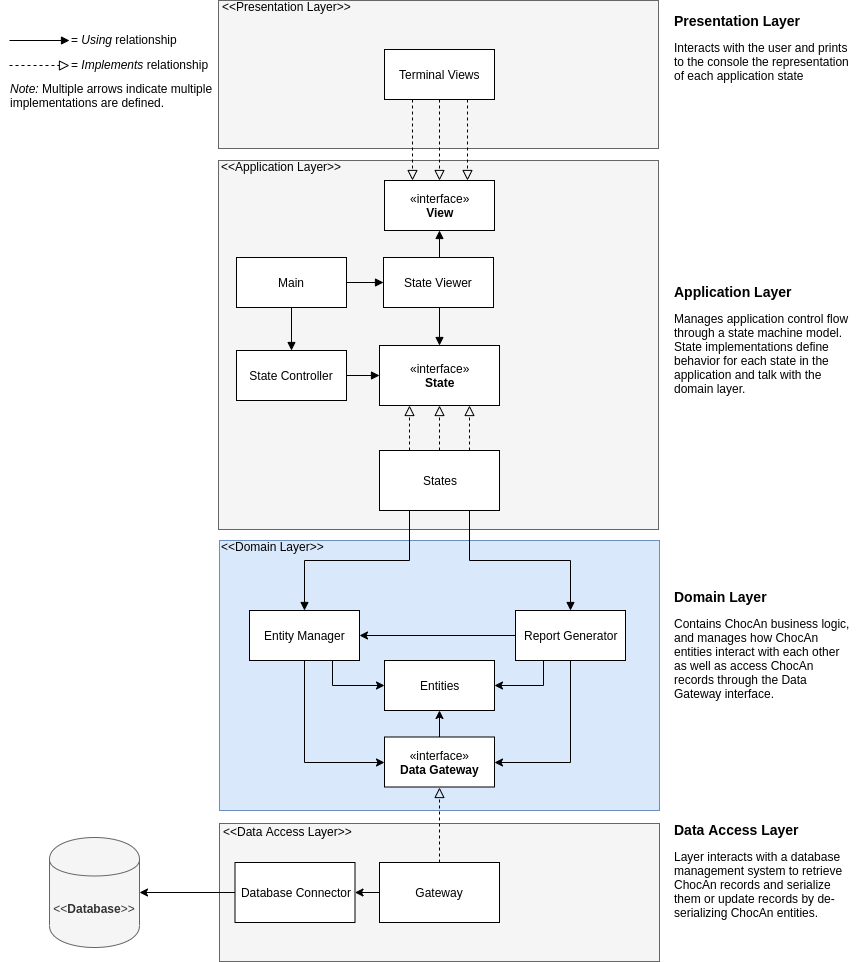
This is docs/structural_model.png from AlexanderJDupree/ChocAn, a draw.io export, as it was before one commit. Source tidied: cells renumbered, new cells last; positions are measured from the earlier drawing's top-left corner, leaving out a move shared by most shapes.
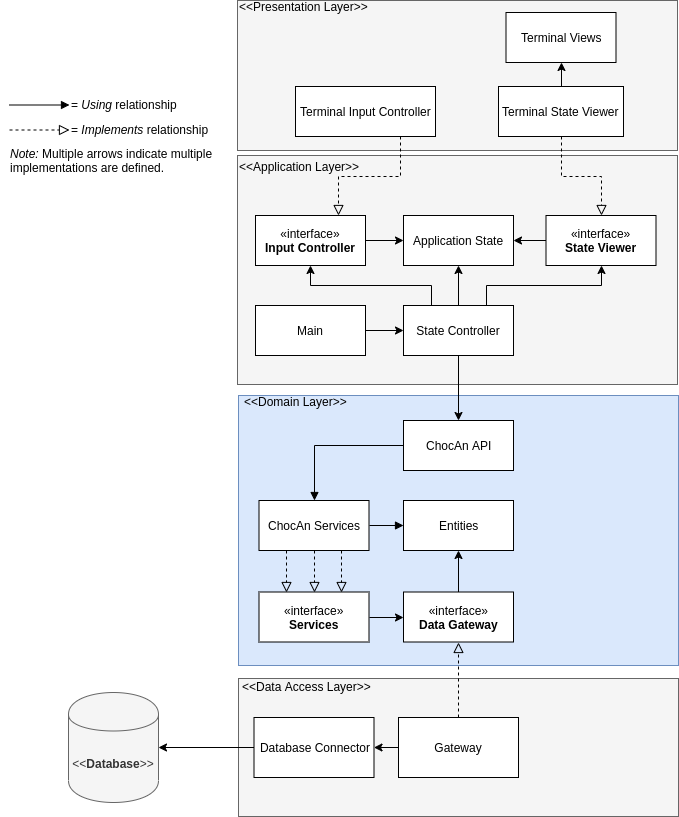
Above is the later version.

The edit, as a diff of the source:
```diff
@@ -15,7 +15,7 @@
       <mxGeometry x="211" y="540" width="440" height="270" as="geometry" />
     </mxCell>
     <mxCell id="6" value="&amp;lt;&amp;lt;Domain Layer&amp;gt;&amp;gt;" style="text;html=1;strokeColor=none;fillColor=none;align=left;verticalAlign=middle;whiteSpace=wrap;rounded=0;" parent="1" vertex="1">
-      <mxGeometry x="211" y="540" width="120" height="12" as="geometry" />
+      <mxGeometry x="214.5" y="540" width="120" height="12" as="geometry" />
     </mxCell>
     <mxCell id="7" style="edgeStyle=orthogonalEdgeStyle;rounded=0;jettySize=auto;html=1;exitX=0;exitY=0.5;exitDx=0;exitDy=0;entryX=1;entryY=0.5;entryDx=0;entryDy=0;" parent="1" edge="1" source="8" target="2">
       <mxGeometry relative="1" as="geometry" />
@@ -23,7 +23,7 @@
     <mxCell id="8" value="Database Connector" style="rounded=0;whiteSpace=wrap;html=1;" parent="1" vertex="1">
       <mxGeometry x="226.5" y="862" width="120" height="60" as="geometry" />
     </mxCell>
-    <mxCell id="9" style="edgeStyle=orthogonalEdgeStyle;rounded=0;jettySize=auto;html=1;exitX=0.5;exitY=0;exitDx=0;exitDy=0;entryX=0.5;entryY=1;entryDx=0;entryDy=0;endArrow=classic;endFill=1;endSize=6;" parent="1" edge="1" source="10" target="14">
+    <mxCell id="9" style="edgeStyle=orthogonalEdgeStyle;rounded=0;jettySize=auto;html=1;exitX=0.5;exitY=0;exitDx=0;exitDy=0;entryX=0.5;entryY=1;entryDx=0;entryDy=0;" parent="1" edge="1" source="10" target="14">
       <mxGeometry relative="1" as="geometry" />
     </mxCell>
     <mxCell id="10" value="«interface»&lt;br&gt;&lt;b&gt;Data Gateway&lt;/b&gt;" style="html=1;" parent="1" vertex="1">
@@ -38,134 +38,122 @@
     <mxCell id="13" value="Gateway" style="rounded=0;whiteSpace=wrap;html=1;" parent="1" vertex="1">
       <mxGeometry x="371" y="862" width="120" height="60" as="geometry" />
     </mxCell>
-    <mxCell id="14" value="Entities" style="html=1;" parent="1" vertex="1">
-      <mxGeometry x="376" y="660" width="110" height="50" as="geometry" />
-    </mxCell>
-    <mxCell id="15" style="edgeStyle=orthogonalEdgeStyle;rounded=0;jettySize=auto;html=1;exitX=0.5;exitY=1;exitDx=0;exitDy=0;entryX=0;entryY=0.5;entryDx=0;entryDy=0;endArrow=classic;endFill=1;endSize=6;" parent="1" edge="1" source="17" target="10">
-      <mxGeometry relative="1" as="geometry" />
-    </mxCell>
-    <mxCell id="16" style="edgeStyle=orthogonalEdgeStyle;rounded=0;jettySize=auto;html=1;exitX=0.75;exitY=1;exitDx=0;exitDy=0;entryX=0;entryY=0.5;entryDx=0;entryDy=0;endArrow=classic;endFill=1;endSize=6;" parent="1" edge="1" source="17" target="14">
-      <mxGeometry relative="1" as="geometry" />
-    </mxCell>
+    <mxCell id="55" style="edgeStyle=orthogonalEdgeStyle;rounded=0;jettySize=auto;html=1;exitX=0;exitY=0.5;exitDx=0;exitDy=0;entryX=0.5;entryY=0;entryDx=0;entryDy=0;endArrow=block;endFill=1;endSize=6;" parent="1" edge="1" source="17" target="69">
+      <mxGeometry relative="1" as="geometry" />
+    </mxCell>
-    <mxCell id="17" value="Entity Manager" style="html=1;" parent="1" vertex="1">
-      <mxGeometry x="241" y="610" width="110" height="50" as="geometry" />
+    <mxCell id="17" value="ChocAn API" style="html=1;" parent="1" vertex="1">
+      <mxGeometry x="376" y="565" width="110" height="50" as="geometry" />
     </mxCell>
-    <mxCell id="18" style="edgeStyle=orthogonalEdgeStyle;rounded=0;jettySize=auto;html=1;exitX=0.5;exitY=1;exitDx=0;exitDy=0;entryX=1;entryY=0.5;entryDx=0;entryDy=0;endArrow=classic;endFill=1;endSize=6;" parent="1" edge="1" source="21" target="10">
-      <mxGeometry relative="1" as="geometry" />
-    </mxCell>
-    <mxCell id="19" style="edgeStyle=orthogonalEdgeStyle;rounded=0;jettySize=auto;html=1;exitX=0.25;exitY=1;exitDx=0;exitDy=0;entryX=1;entryY=0.5;entryDx=0;entryDy=0;endArrow=classic;endFill=1;endSize=6;" parent="1" edge="1" source="21" target="14">
-      <mxGeometry relative="1" as="geometry" />
-    </mxCell>
-    <mxCell id="20" style="edgeStyle=orthogonalEdgeStyle;rounded=0;jettySize=auto;html=1;exitX=0;exitY=0.5;exitDx=0;exitDy=0;endArrow=classic;endFill=1;endSize=6;" parent="1" edge="1" source="21" target="17">
-      <mxGeometry relative="1" as="geometry" />
-    </mxCell>
-    <mxCell id="21" value="Report Generator" style="html=1;" parent="1" vertex="1">
-      <mxGeometry x="507" y="610" width="110" height="50" as="geometry" />
-    </mxCell>
     <mxCell id="22" style="rounded=0;whiteSpace=wrap;html=1;align=center;fillColor=#f5f5f5;strokeColor=#666666;fontColor=#333333;" parent="1" vertex="1">
-      <mxGeometry x="210" y="160" width="440" height="369" as="geometry" />
+      <mxGeometry x="210" y="300" width="440" height="229" as="geometry" />
     </mxCell>
     <mxCell id="23" style="rounded=0;whiteSpace=wrap;html=1;align=center;fillColor=#f5f5f5;strokeColor=#666666;fontColor=#333333;" parent="1" vertex="1">
-      <mxGeometry x="210" width="440" height="148" as="geometry" />
+      <mxGeometry x="210" y="145" width="440" height="150" as="geometry" />
     </mxCell>
-    <mxCell id="24" style="edgeStyle=orthogonalEdgeStyle;rounded=0;jettySize=auto;html=1;exitX=0.5;exitY=1;exitDx=0;exitDy=0;entryX=0.5;entryY=0;entryDx=0;entryDy=0;dashed=1;endArrow=block;endFill=0;endSize=8;" parent="1" edge="1" source="27" target="28">
-      <mxGeometry relative="1" as="geometry" />
-    </mxCell>
-    <mxCell id="25" style="edgeStyle=orthogonalEdgeStyle;rounded=0;jettySize=auto;html=1;exitX=0.25;exitY=1;exitDx=0;exitDy=0;entryX=0.25;entryY=0;entryDx=0;entryDy=0;endArrow=block;endFill=0;endSize=8;dashed=1;" parent="1" edge="1" source="27" target="28">
-      <mxGeometry relative="1" as="geometry" />
-    </mxCell>
-    <mxCell id="26" style="edgeStyle=orthogonalEdgeStyle;rounded=0;jettySize=auto;html=1;exitX=0.75;exitY=1;exitDx=0;exitDy=0;entryX=0.75;entryY=0;entryDx=0;entryDy=0;dashed=1;endArrow=block;endFill=0;endSize=8;" parent="1" edge="1" source="27" target="28">
-      <mxGeometry relative="1" as="geometry" />
-    </mxCell>
     <mxCell id="27" value="Terminal Views" style="html=1;" parent="1" vertex="1">
-      <mxGeometry x="376" y="49" width="110" height="50" as="geometry" />
+      <mxGeometry x="478.5" y="157" width="110" height="50" as="geometry" />
     </mxCell>
+    <mxCell id="56" style="edgeStyle=orthogonalEdgeStyle;rounded=0;jettySize=auto;html=1;exitX=0.5;exitY=1;exitDx=0;exitDy=0;dashed=1;endArrow=block;endFill=0;endSize=8;" parent="1" edge="1" source="28" target="45">
+      <mxGeometry relative="1" as="geometry" />
+    </mxCell>
+    <mxCell id="57" style="edgeStyle=orthogonalEdgeStyle;rounded=0;jettySize=auto;html=1;exitX=0.5;exitY=0;exitDx=0;exitDy=0;entryX=0.5;entryY=1;entryDx=0;entryDy=0;endArrow=classic;endFill=1;endSize=6;" parent="1" edge="1" source="28" target="27">
+      <mxGeometry relative="1" as="geometry" />
+    </mxCell>
-    <mxCell id="28" value="«interface»&lt;br&gt;&lt;b&gt;View&lt;/b&gt;" style="html=1;" parent="1" vertex="1">
-      <mxGeometry x="376" y="180" width="110" height="50" as="geometry" />
+    <mxCell id="28" value="Terminal State Viewer" style="html=1;" parent="1" vertex="1">
+      <mxGeometry x="471" y="231" width="125" height="50" as="geometry" />
     </mxCell>
-    <mxCell id="29" value="«interface»&lt;br&gt;&lt;b&gt;State&lt;/b&gt;" style="html=1;" parent="1" vertex="1">
-      <mxGeometry x="371" y="345" width="120" height="60" as="geometry" />
-    </mxCell>
-    <mxCell id="30" style="edgeStyle=orthogonalEdgeStyle;rounded=0;jettySize=auto;html=1;exitX=1;exitY=0.5;exitDx=0;exitDy=0;entryX=0;entryY=0.5;entryDx=0;entryDy=0;endArrow=block;endFill=1;endSize=6;" parent="1" edge="1" source="31" target="29">
-      <mxGeometry relative="1" as="geometry" />
-    </mxCell>
+    <mxCell id="58" style="edgeStyle=orthogonalEdgeStyle;rounded=0;jettySize=auto;html=1;exitX=0.5;exitY=1;exitDx=0;exitDy=0;entryX=0.5;entryY=0;entryDx=0;entryDy=0;" parent="1" edge="1" source="31" target="17">
+      <mxGeometry relative="1" as="geometry" />
+    </mxCell>
+    <mxCell id="59" style="edgeStyle=orthogonalEdgeStyle;rounded=0;jettySize=auto;html=1;exitX=0.25;exitY=0;exitDx=0;exitDy=0;entryX=0.5;entryY=1;entryDx=0;entryDy=0;endArrow=classic;endFill=1;endSize=6;" parent="1" edge="1" source="31" target="71">
+      <mxGeometry relative="1" as="geometry" />
+    </mxCell>
+    <mxCell id="60" style="edgeStyle=orthogonalEdgeStyle;rounded=0;jettySize=auto;html=1;exitX=0.75;exitY=0;exitDx=0;exitDy=0;endArrow=classic;endFill=1;endSize=6;" parent="1" edge="1" source="31" target="45">
+      <mxGeometry relative="1" as="geometry" />
+    </mxCell>
+    <mxCell id="61" style="edgeStyle=orthogonalEdgeStyle;rounded=0;jettySize=auto;html=1;exitX=0.5;exitY=0;exitDx=0;exitDy=0;entryX=0.5;entryY=1;entryDx=0;entryDy=0;endArrow=classic;endFill=1;endSize=6;" parent="1" edge="1" source="31" target="72">
+      <mxGeometry relative="1" as="geometry" />
+    </mxCell>
     <mxCell id="31" value="State Controller" style="rounded=0;whiteSpace=wrap;html=1;" parent="1" vertex="1">
-      <mxGeometry x="228" y="350" width="110" height="50" as="geometry" />
+      <mxGeometry x="376" y="450" width="110" height="50" as="geometry" />
     </mxCell>
-    <mxCell id="32" style="edgeStyle=orthogonalEdgeStyle;rounded=0;jettySize=auto;html=1;exitX=0.25;exitY=1;exitDx=0;exitDy=0;entryX=0.5;entryY=0;entryDx=0;entryDy=0;endArrow=block;endFill=1;endSize=6;" parent="1" edge="1" source="37" target="17">
-      <mxGeometry relative="1" as="geometry" />
-    </mxCell>
-    <mxCell id="33" style="edgeStyle=orthogonalEdgeStyle;rounded=0;jettySize=auto;html=1;exitX=0.75;exitY=1;exitDx=0;exitDy=0;endArrow=block;endFill=1;endSize=6;" parent="1" edge="1" source="37" target="21">
-      <mxGeometry relative="1" as="geometry" />
-    </mxCell>
-    <mxCell id="34" style="edgeStyle=orthogonalEdgeStyle;rounded=0;jettySize=auto;html=1;exitX=0.5;exitY=0;exitDx=0;exitDy=0;entryX=0.5;entryY=1;entryDx=0;entryDy=0;endArrow=block;endFill=0;endSize=8;dashed=1;" parent="1" edge="1" source="37" target="29">
-      <mxGeometry relative="1" as="geometry" />
-    </mxCell>
-    <mxCell id="35" style="edgeStyle=orthogonalEdgeStyle;rounded=0;jettySize=auto;html=1;exitX=0.25;exitY=0;exitDx=0;exitDy=0;entryX=0.25;entryY=1;entryDx=0;entryDy=0;dashed=1;endArrow=block;endFill=0;endSize=8;" parent="1" edge="1" source="37" target="29">
-      <mxGeometry relative="1" as="geometry" />
-    </mxCell>
-    <mxCell id="36" style="edgeStyle=orthogonalEdgeStyle;rounded=0;jettySize=auto;html=1;exitX=0.75;exitY=0;exitDx=0;exitDy=0;entryX=0.75;entryY=1;entryDx=0;entryDy=0;dashed=1;endArrow=block;endFill=0;endSize=8;" parent="1" edge="1" source="37" target="29">
-      <mxGeometry relative="1" as="geometry" />
-    </mxCell>
-    <mxCell id="37" value="States" style="rounded=0;whiteSpace=wrap;html=1;" parent="1" vertex="1">
-      <mxGeometry x="371" y="450" width="120" height="60" as="geometry" />
-    </mxCell>
     <mxCell id="38" value="&amp;lt;&amp;lt;Presentation Layer&amp;gt;&amp;gt;" style="text;html=1;strokeColor=none;fillColor=none;align=left;verticalAlign=middle;whiteSpace=wrap;rounded=0;" parent="1" vertex="1">
-      <mxGeometry x="212" width="142" height="12" as="geometry" />
+      <mxGeometry x="210" y="145" width="142" height="12" as="geometry" />
     </mxCell>
     <mxCell id="39" value="&amp;lt;&amp;lt;Application Layer&amp;gt;&amp;gt;" style="text;html=1;strokeColor=none;fillColor=none;align=left;verticalAlign=middle;whiteSpace=wrap;rounded=0;" parent="1" vertex="1">
-      <mxGeometry x="211" y="160" width="123" height="12" as="geometry" />
+      <mxGeometry x="210" y="304.5" width="123" height="12" as="geometry" />
     </mxCell>
-    <mxCell id="40" style="edgeStyle=orthogonalEdgeStyle;rounded=0;jettySize=auto;html=1;exitX=0.5;exitY=1;exitDx=0;exitDy=0;entryX=0.5;entryY=0;entryDx=0;entryDy=0;endArrow=block;endFill=1;endSize=6;" parent="1" edge="1" source="42" target="31">
+    <mxCell id="40" style="edgeStyle=orthogonalEdgeStyle;rounded=0;jettySize=auto;html=1;exitX=1;exitY=0.5;exitDx=0;exitDy=0;entryX=0;entryY=0.5;entryDx=0;entryDy=0;endArrow=classic;endFill=1;endSize=6;" parent="1" edge="1" source="42" target="31">
       <mxGeometry relative="1" as="geometry" />
     </mxCell>
-    <mxCell id="41" style="edgeStyle=orthogonalEdgeStyle;rounded=0;jettySize=auto;html=1;exitX=1;exitY=0.5;exitDx=0;exitDy=0;entryX=0;entryY=0.5;entryDx=0;entryDy=0;endArrow=block;endFill=1;endSize=6;" parent="1" edge="1" source="42" target="45">
-      <mxGeometry relative="1" as="geometry" />
-    </mxCell>
     <mxCell id="42" value="Main" style="html=1;" parent="1" vertex="1">
-      <mxGeometry x="228" y="257" width="110" height="50" as="geometry" />
+      <mxGeometry x="228" y="450" width="110" height="50" as="geometry" />
     </mxCell>
-    <mxCell id="43" style="edgeStyle=orthogonalEdgeStyle;rounded=0;jettySize=auto;html=1;exitX=0.5;exitY=1;exitDx=0;exitDy=0;entryX=0.5;entryY=0;entryDx=0;entryDy=0;endArrow=block;endFill=1;endSize=6;" parent="1" edge="1" source="45" target="29">
-      <mxGeometry relative="1" as="geometry" />
-    </mxCell>
-    <mxCell id="44" style="edgeStyle=orthogonalEdgeStyle;rounded=0;jettySize=auto;html=1;exitX=0.5;exitY=0;exitDx=0;exitDy=0;entryX=0.5;entryY=1;entryDx=0;entryDy=0;endArrow=block;endFill=1;endSize=6;" parent="1" edge="1" source="45" target="28">
-      <mxGeometry relative="1" as="geometry" />
-    </mxCell>
+    <mxCell id="62" style="edgeStyle=orthogonalEdgeStyle;rounded=0;jettySize=auto;html=1;exitX=0;exitY=0.5;exitDx=0;exitDy=0;entryX=1;entryY=0.5;entryDx=0;entryDy=0;endArrow=classic;endFill=1;endSize=6;" parent="1" edge="1" source="45" target="72">
+      <mxGeometry relative="1" as="geometry" />
+    </mxCell>
-    <mxCell id="45" value="State Viewer" style="html=1;" parent="1" vertex="1">
-      <mxGeometry x="375" y="257" width="110" height="50" as="geometry" />
+    <mxCell id="45" value="«interface»&lt;br&gt;&lt;b&gt;State Viewer&lt;/b&gt;" style="html=1;" parent="1" vertex="1">
+      <mxGeometry x="518.5" y="360" width="110" height="50" as="geometry" />
     </mxCell>
-    <mxCell id="46" value="&lt;h1 style=&quot;font-size: 14px&quot;&gt;Presentation Layer&lt;/h1&gt;&lt;p&gt;Interacts with the user and prints to the console the representation of each application state&lt;/p&gt;" style="text;html=1;strokeColor=none;fillColor=none;spacing=5;spacingTop=-20;whiteSpace=wrap;overflow=hidden;rounded=0;" parent="1" vertex="1">
-      <mxGeometry x="661" y="14" width="190" height="120" as="geometry" />
-    </mxCell>
-    <mxCell id="47" value="&lt;h1 style=&quot;font-size: 14px&quot;&gt;Application Layer&lt;/h1&gt;&lt;p&gt;Manages application control flow through a state machine model. State implementations define behavior for each state in the application and talk with the domain layer.&amp;nbsp;&lt;/p&gt;" style="text;html=1;strokeColor=none;fillColor=none;spacing=5;spacingTop=-20;whiteSpace=wrap;overflow=hidden;rounded=0;" parent="1" vertex="1">
-      <mxGeometry x="661" y="285" width="190" height="120" as="geometry" />
-    </mxCell>
-    <mxCell id="48" value="&lt;h1 style=&quot;font-size: 14px&quot;&gt;Domain Layer&lt;/h1&gt;&lt;p&gt;Contains ChocAn business logic, and manages how ChocAn entities interact with each other as well as access ChocAn records through the Data Gateway interface.&amp;nbsp;&lt;/p&gt;" style="text;html=1;strokeColor=none;fillColor=none;spacing=5;spacingTop=-20;whiteSpace=wrap;overflow=hidden;rounded=0;" parent="1" vertex="1">
-      <mxGeometry x="661" y="590" width="190" height="120" as="geometry" />
-    </mxCell>
-    <mxCell id="49" value="&lt;h1 style=&quot;font-size: 14px&quot;&gt;Data Access Layer&lt;/h1&gt;&lt;p&gt;Layer interacts with a database management system to retrieve ChocAn records and serialize them or update records by de-serializing ChocAn entities.&amp;nbsp;&lt;/p&gt;" style="text;html=1;strokeColor=none;fillColor=none;spacing=5;spacingTop=-20;whiteSpace=wrap;overflow=hidden;rounded=0;" parent="1" vertex="1">
-      <mxGeometry x="661" y="823" width="190" height="120" as="geometry" />
-    </mxCell>
     <mxCell id="50" style="endArrow=block;html=1;endFill=1;" parent="1" edge="1">
       <mxGeometry relative="1" as="geometry">
-        <mxPoint x="1" y="40" as="sourcePoint" />
-        <mxPoint x="61" y="40" as="targetPoint" />
+        <mxPoint x="-18" y="249.5" as="sourcePoint" />
+        <mxPoint x="42" y="249.5" as="targetPoint" />
       </mxGeometry>
     </mxCell>
     <mxCell id="51" value="= &lt;i&gt;Using&lt;/i&gt; relationship" style="text;html=1;strokeColor=none;fillColor=none;align=left;verticalAlign=middle;whiteSpace=wrap;rounded=0;" parent="1" vertex="1">
-      <mxGeometry x="61" y="29" width="120" height="20" as="geometry" />
+      <mxGeometry x="42" y="238.5" width="120" height="20" as="geometry" />
     </mxCell>
     <mxCell id="52" style="endArrow=block;html=1;endFill=0;dashed=1;endSize=8;" parent="1" edge="1">
       <mxGeometry relative="1" as="geometry">
-        <mxPoint x="1" y="65" as="sourcePoint" />
-        <mxPoint x="61" y="65" as="targetPoint" />
+        <mxPoint x="-18" y="274.5" as="sourcePoint" />
+        <mxPoint x="42" y="274.5" as="targetPoint" />
       </mxGeometry>
     </mxCell>
     <mxCell id="53" value="= &lt;i&gt;Implements&lt;/i&gt;&amp;nbsp;relationship" style="text;html=1;strokeColor=none;fillColor=none;align=left;verticalAlign=middle;whiteSpace=wrap;rounded=0;" parent="1" vertex="1">
-      <mxGeometry x="61" y="54" width="140" height="20" as="geometry" />
+      <mxGeometry x="42" y="263.5" width="140" height="20" as="geometry" />
     </mxCell>
     <mxCell id="54" value="&lt;div&gt;&lt;i&gt;Note:&amp;nbsp;&lt;/i&gt;Multiple arrows indicate multiple implementations are defined.&lt;/div&gt;" style="text;html=1;strokeColor=none;fillColor=none;align=left;verticalAlign=middle;whiteSpace=wrap;rounded=0;" parent="1" vertex="1">
-      <mxGeometry y="74" width="210" height="42" as="geometry" />
+      <mxGeometry x="-19" y="283.5" width="210" height="42" as="geometry" />
     </mxCell>
+    <mxCell id="63" style="edgeStyle=orthogonalEdgeStyle;rounded=0;jettySize=auto;html=1;exitX=1;exitY=0.5;exitDx=0;exitDy=0;entryX=0;entryY=0.5;entryDx=0;entryDy=0;" parent="1" edge="1" source="64" target="10">
+      <mxGeometry relative="1" as="geometry" />
+    </mxCell>
+    <mxCell id="64" value="«interface»&lt;br&gt;&lt;b&gt;Services&lt;/b&gt;" style="html=1;" parent="1" vertex="1">
+      <mxGeometry x="231.5" y="736.5" width="110" height="50" as="geometry" />
+    </mxCell>
+    <mxCell id="65" style="edgeStyle=orthogonalEdgeStyle;rounded=0;jettySize=auto;html=1;exitX=0.25;exitY=1;exitDx=0;exitDy=0;entryX=0.25;entryY=0;entryDx=0;entryDy=0;dashed=1;endArrow=block;endFill=0;endSize=8;" parent="1" edge="1" source="69" target="64">
+      <mxGeometry relative="1" as="geometry" />
+    </mxCell>
+    <mxCell id="66" style="edgeStyle=orthogonalEdgeStyle;rounded=0;jettySize=auto;html=1;exitX=0.5;exitY=1;exitDx=0;exitDy=0;entryX=0.5;entryY=0;entryDx=0;entryDy=0;dashed=1;endArrow=block;endFill=0;endSize=8;" parent="1" edge="1" source="69" target="64">
+      <mxGeometry relative="1" as="geometry" />
+    </mxCell>
+    <mxCell id="67" style="edgeStyle=orthogonalEdgeStyle;rounded=0;jettySize=auto;html=1;exitX=0.75;exitY=1;exitDx=0;exitDy=0;entryX=0.75;entryY=0;entryDx=0;entryDy=0;dashed=1;endArrow=block;endFill=0;endSize=8;" parent="1" edge="1" source="69" target="64">
+      <mxGeometry relative="1" as="geometry" />
+    </mxCell>
+    <mxCell id="68" style="edgeStyle=orthogonalEdgeStyle;rounded=0;jettySize=auto;html=1;exitX=1;exitY=0.5;exitDx=0;exitDy=0;entryX=0;entryY=0.5;entryDx=0;entryDy=0;endArrow=block;endFill=1;endSize=6;" parent="1" edge="1" source="69" target="14">
+      <mxGeometry relative="1" as="geometry" />
+    </mxCell>
+    <mxCell id="69" value="ChocAn Services" style="html=1;strokeWidth=1;" parent="1" vertex="1">
+      <mxGeometry x="231.5" y="645" width="110" height="50" as="geometry" />
+    </mxCell>
+    <mxCell id="14" value="Entities" style="html=1;" parent="1" vertex="1">
+      <mxGeometry x="376" y="645" width="110" height="50" as="geometry" />
+    </mxCell>
+    <mxCell id="70" style="edgeStyle=orthogonalEdgeStyle;rounded=0;jettySize=auto;html=1;exitX=1;exitY=0.5;exitDx=0;exitDy=0;entryX=0;entryY=0.5;entryDx=0;entryDy=0;endArrow=classic;endFill=1;endSize=6;" parent="1" edge="1" source="71" target="72">
+      <mxGeometry relative="1" as="geometry" />
+    </mxCell>
+    <mxCell id="71" value="«interface»&lt;br&gt;&lt;b&gt;Input Controller&lt;br&gt;&lt;/b&gt;" style="html=1;" parent="1" vertex="1">
+      <mxGeometry x="228" y="360" width="110" height="50" as="geometry" />
+    </mxCell>
+    <mxCell id="72" value="Application State" style="html=1;" parent="1" vertex="1">
+      <mxGeometry x="376" y="360" width="110" height="50" as="geometry" />
+    </mxCell>
+    <mxCell id="73" style="edgeStyle=orthogonalEdgeStyle;rounded=0;jettySize=auto;html=1;exitX=0.75;exitY=1;exitDx=0;exitDy=0;entryX=0.75;entryY=0;entryDx=0;entryDy=0;endArrow=block;endFill=0;endSize=8;dashed=1;" parent="1" edge="1" source="74" target="71">
+      <mxGeometry relative="1" as="geometry" />
+    </mxCell>
+    <mxCell id="74" value="Terminal Input Controller" style="html=1;" parent="1" vertex="1">
+      <mxGeometry x="268" y="231" width="140" height="50" as="geometry" />
+    </mxCell>
   </root>
 </mxGraphModel>
```
